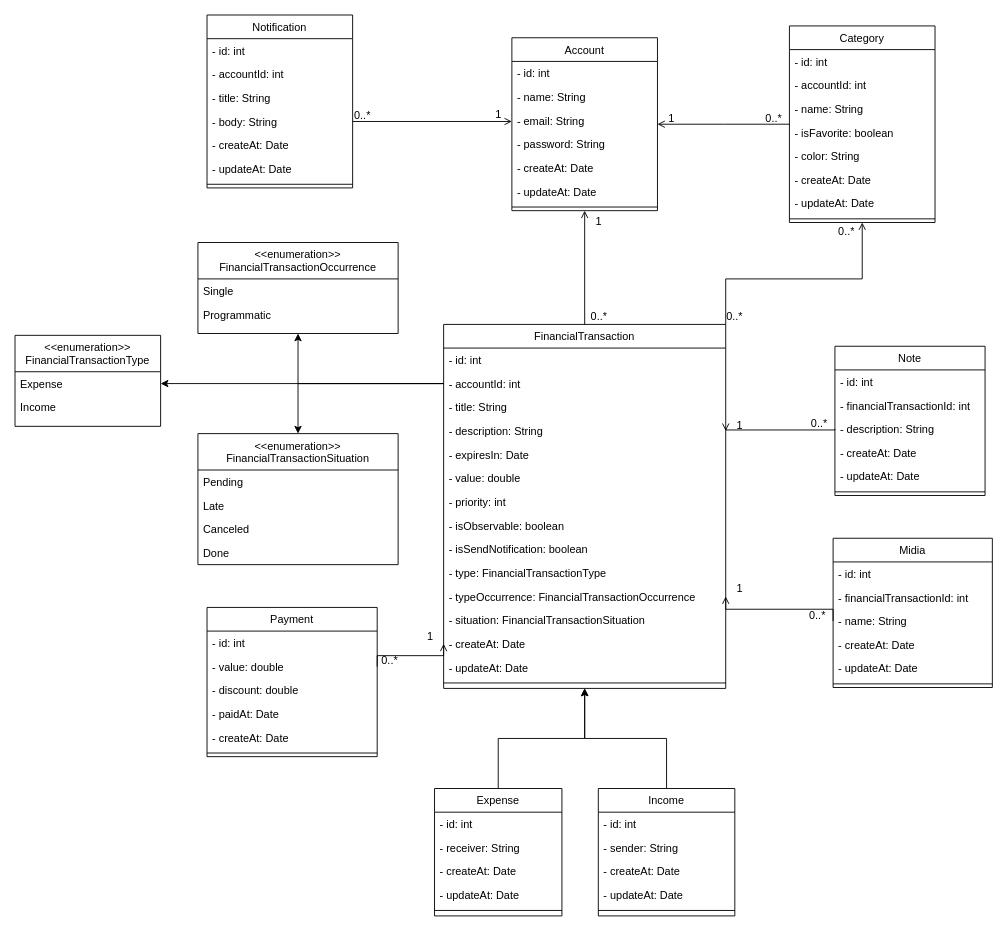
Before: docs/class.diagram.drawio in Danrley-Ruan-Saquetti/esliph-finance, a draw.io diagram. Source tidied: cells renumbered, new cells numbered last; positions are measured from the earlier drawing's top-left corner, leaving out a move shared by most shapes. Both pictures are drawn from the tidied source at 91%, with x=0, y=0 at pixel (15, 15).
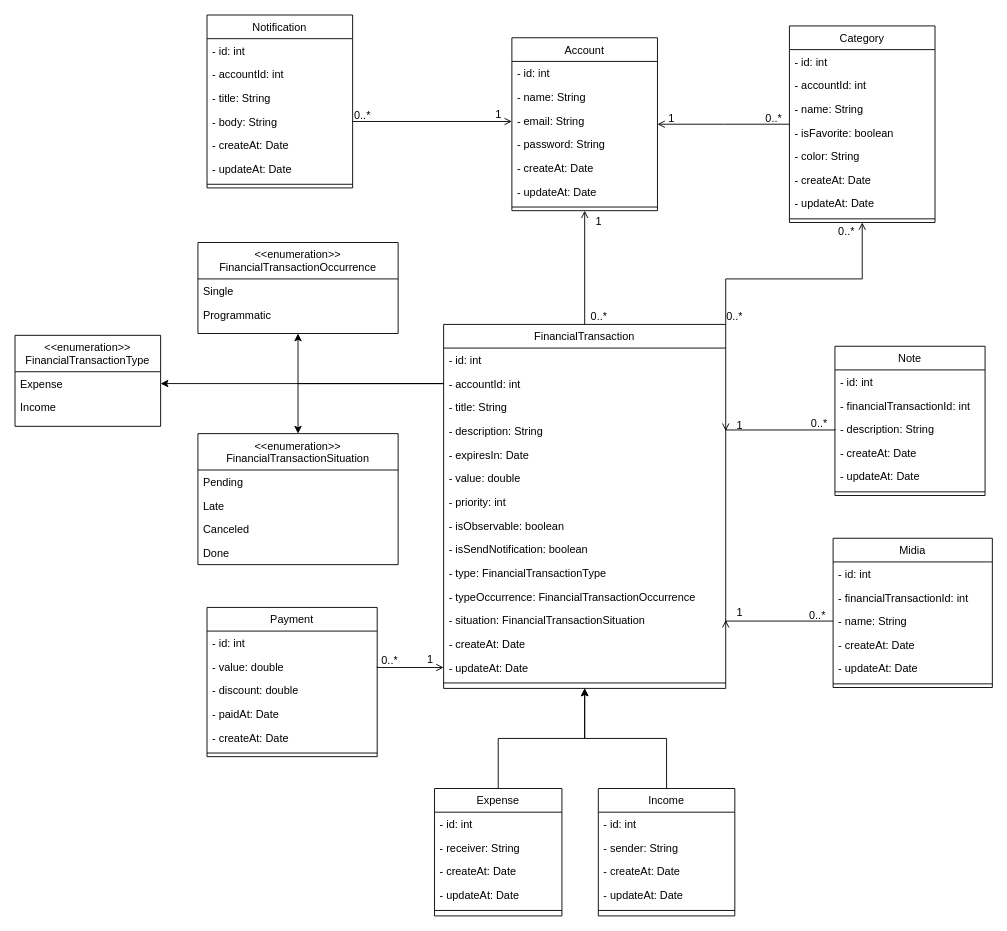
The same page after the edit.

Commit message:
update use case diagram

The change refers to these unchanged cells:
```xml
<mxCell id="36" value="- typeOccurrence: FinancialTransactionOccurrence" style="text;align=left;verticalAlign=top;spacingLeft=4;spacingRight=4;overflow=hidden;points=[[0,0.5],[1,0.5]];portConstraint=eastwest;" parent="25" vertex="1">
  <mxGeometry y="286" width="310" height="26" as="geometry" />
</mxCell>
<mxCell id="37" value="- situation: FinancialTransactionSituation" style="text;align=left;verticalAlign=top;spacingLeft=4;spacingRight=4;overflow=hidden;points=[[0,0.5],[1,0.5]];portConstraint=eastwest;" parent="25" vertex="1">
  <mxGeometry y="312" width="310" height="26" as="geometry" />
</mxCell>
<mxCell id="38" value="- createAt: Date" style="text;align=left;verticalAlign=top;spacingLeft=4;spacingRight=4;overflow=hidden;points=[[0,0.5],[1,0.5]];portConstraint=eastwest;rounded=0;shadow=0;html=0;" parent="25" vertex="1">
  <mxGeometry y="338" width="310" height="26" as="geometry" />
</mxCell>
<mxCell id="39" value="- updateAt: Date" style="text;align=left;verticalAlign=top;spacingLeft=4;spacingRight=4;overflow=hidden;points=[[0,0.5],[1,0.5]];portConstraint=eastwest;rounded=0;shadow=0;html=0;" parent="25" vertex="1">
  <mxGeometry y="364" width="310" height="26" as="geometry" />
</mxCell>
<mxCell id="92" value="- name: String" style="text;align=left;verticalAlign=top;spacingLeft=4;spacingRight=4;overflow=hidden;points=[[0,0.5],[1,0.5]];portConstraint=eastwest;" parent="89" vertex="1">
  <mxGeometry y="78" width="175" height="26" as="geometry" />
</mxCell>
<mxCell id="105" value="- value: double" style="text;align=left;verticalAlign=top;spacingLeft=4;spacingRight=4;overflow=hidden;points=[[0,0.5],[1,0.5]];portConstraint=eastwest;" parent="103" vertex="1">
  <mxGeometry y="52" width="187" height="26" as="geometry" />
</mxCell>
```

What changed in the source:
```diff
@@
-    <mxCell id="96" style="endArrow=open;shadow=0;strokeWidth=1;rounded=0;endFill=1;edgeStyle=elbowEdgeStyle;elbow=vertical;exitX=0;exitY=0.5;exitDx=0;exitDy=0;entryX=1;entryY=0.5;entryDx=0;entryDy=0;" parent="1" edge="1" source="92" target="36">
+    <mxCell id="96" style="endArrow=open;shadow=0;strokeWidth=1;rounded=0;endFill=1;edgeStyle=elbowEdgeStyle;elbow=vertical;exitX=0;exitY=0.5;exitDx=0;exitDy=0;entryX=1;entryY=0.5;entryDx=0;entryDy=0;" parent="1" edge="1" source="92" target="37">
       <mxGeometry x="0.5" y="41" relative="1" as="geometry">
         <mxPoint x="-40" y="32" as="offset" />
       </mxGeometry>
     </mxCell>
@@
-    <mxCell id="110" style="endArrow=open;shadow=0;strokeWidth=1;rounded=0;endFill=1;edgeStyle=elbowEdgeStyle;elbow=vertical;exitX=1;exitY=0.5;exitDx=0;exitDy=0;entryX=0;entryY=0.5;entryDx=0;entryDy=0;" parent="1" edge="1" source="105" target="38">
+    <mxCell id="110" style="endArrow=open;shadow=0;strokeWidth=1;rounded=0;endFill=1;edgeStyle=elbowEdgeStyle;elbow=vertical;exitX=1;exitY=0.5;exitDx=0;exitDy=0;entryX=0;entryY=0.5;entryDx=0;entryDy=0;" parent="1" edge="1" source="105" target="39">
       <mxGeometry x="0.5" y="41" relative="1" as="geometry">
         <mxPoint x="-40" y="32" as="offset" />
       </mxGeometry>
     </mxCell>
```
